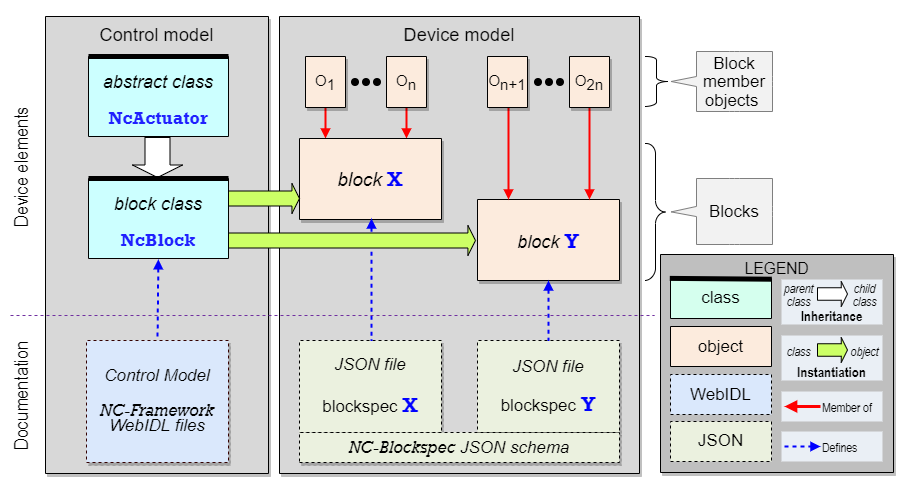
Above: docs/images/Blockspec.png in AMWA-TV/ms-05-01 (draw.io), before the change. Source tidied: cells renumbered, new cells last; positions are measured from the earlier drawing's top-left corner, leaving out a move shared by most shapes.
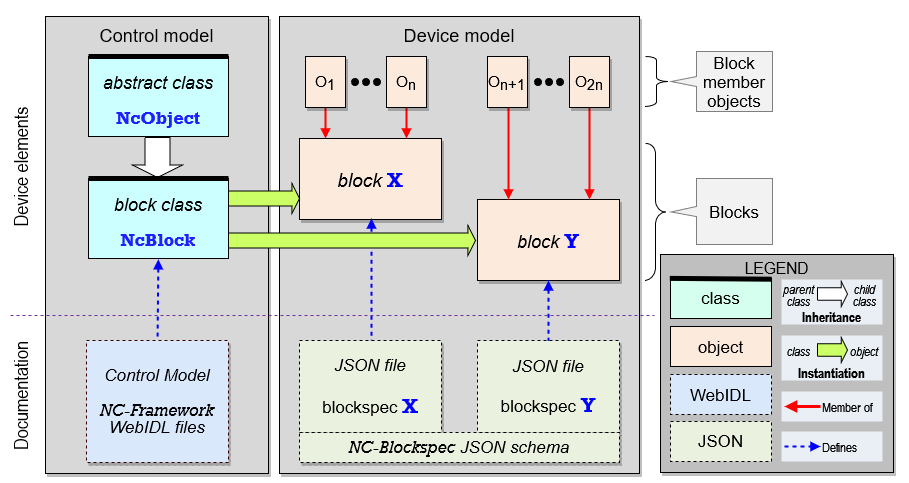
The same diagram one commit later.

Commit message:
Correct diagram

- fix error where NcBlock inherits from NcObject not NcActuator

Diff of the diagram source:
```diff
@@ -148,7 +148,7 @@
     <mxCell id="43" value="&lt;font style=&quot;color: rgb(0, 0, 0); direction: ltr; letter-spacing: 0px; line-height: 100%; opacity: 1;&quot;&gt;&lt;font style=&quot;font-size: 18px;&quot; face=&quot;arial&quot;&gt;abstract class&lt;/font&gt;&lt;br style=&quot;font-size: 19px;&quot;&gt;&lt;/font&gt;" style="verticalAlign=top;align=center;vsdxID=4;fillColor=#ccffff;gradientColor=none;shape=(stored shape, 160 characters);strokeColor=#000000;spacingTop=8;labelBackgroundColor=none;rounded=0;html=1;whiteSpace=wrap;fontFamily=PT Sans Narrow;fontSource=https%3A%2F%2Ffonts.googleapis.com%2Fcss%3Ffamily%3DPT%2BSans%2BNarrow;fontSize=19;fontStyle=2;" parent="1" vertex="1">
       <mxGeometry x="218" y="56" width="140" height="80" as="geometry" />
     </mxCell>
-    <mxCell id="44" value="&lt;p style=&quot;margin: 0px; text-indent: 0px; direction: ltr; font-size: 18px;&quot;&gt;&lt;font style=&quot;font-size: 18px; color: rgb(32, 32, 255); direction: ltr; letter-spacing: 0px; line-height: 100%; opacity: 1;&quot;&gt;&lt;span style=&quot;font-size: 18px;&quot;&gt;NcActuator&lt;br style=&quot;font-size: 18px;&quot;&gt;&lt;/span&gt;&lt;/font&gt;&lt;/p&gt;" style="verticalAlign=middle;align=center;vsdxID=260;fillColor=none;gradientColor=none;shape=(stored shape, 160 characters);strokeColor=none;spacingBottom=-1;spacingLeft=-3;spacingRight=-3;labelBackgroundColor=none;rounded=0;html=1;whiteSpace=wrap;fontFamily=ROCKWELL;fontStyle=1;fontSize=18;" parent="1" vertex="1">
+    <mxCell id="44" value="&lt;p style=&quot;margin: 0px; text-indent: 0px; direction: ltr; font-size: 18px;&quot;&gt;&lt;font style=&quot;font-size: 18px; color: rgb(32, 32, 255); direction: ltr; letter-spacing: 0px; line-height: 100%; opacity: 1;&quot;&gt;&lt;span style=&quot;font-size: 18px;&quot;&gt;NcObject&lt;/span&gt;&lt;/font&gt;&lt;/p&gt;" style="verticalAlign=middle;align=center;vsdxID=260;fillColor=none;gradientColor=none;shape=(stored shape, 160 characters);strokeColor=none;spacingBottom=-1;spacingLeft=-3;spacingRight=-3;labelBackgroundColor=none;rounded=0;html=1;whiteSpace=wrap;fontFamily=ROCKWELL;fontStyle=1;fontSize=18;" parent="1" vertex="1">
       <mxGeometry x="218" y="96" width="140" height="40" as="geometry" />
     </mxCell>
     <mxCell id="45" style="endArrow=none;html=1;rounded=0;strokeWidth=5;exitX=-0.004;exitY=0.013;exitDx=0;exitDy=0;exitPerimeter=0;" parent="1" edge="1">
```
